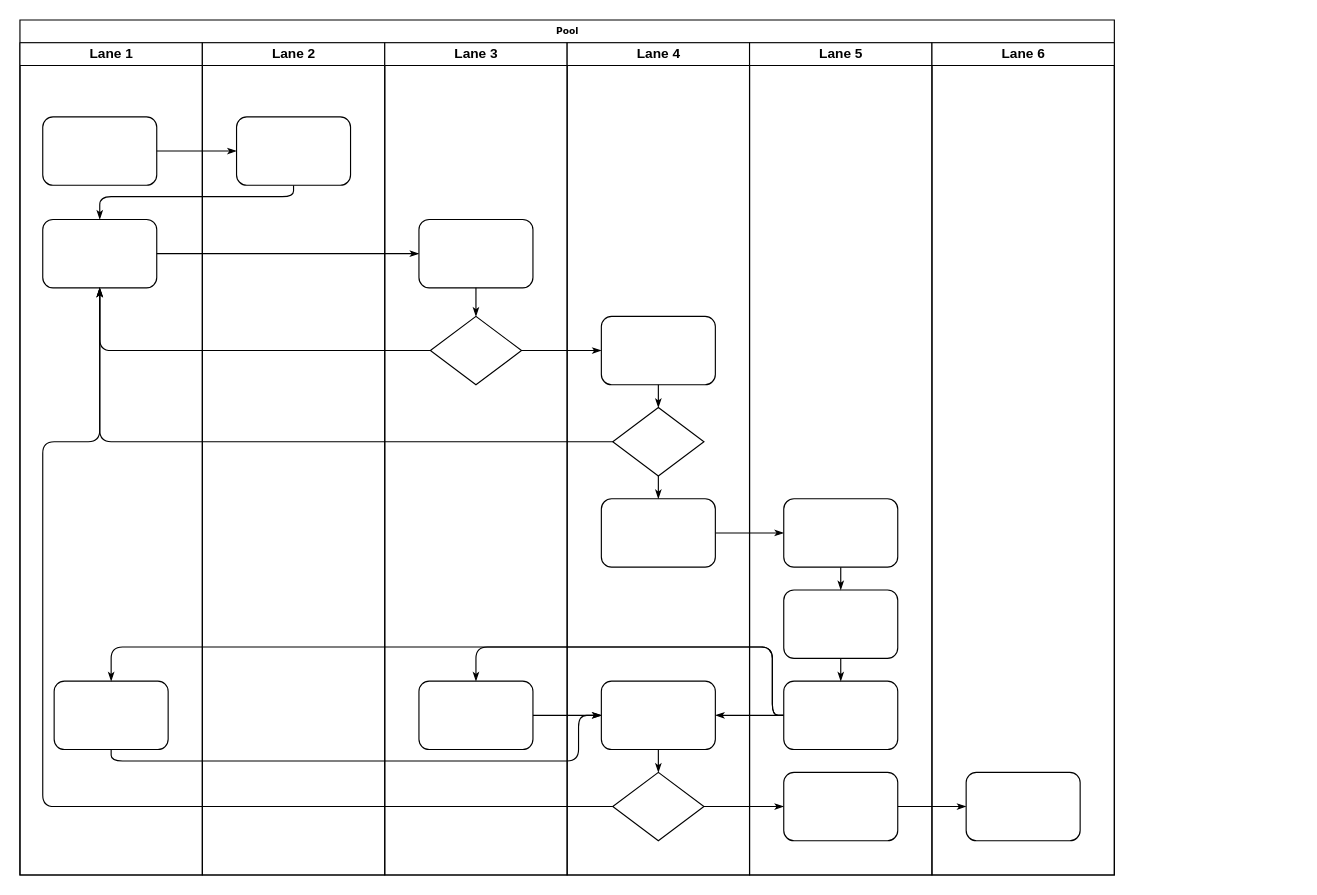
Before: images/runtime.drawio in babytech/gtemp, a draw.io diagram. Source tidied: cells renumbered, new cells numbered last; positions are measured from the earlier drawing's top-left corner, leaving out a move shared by most shapes. Both pictures are drawn from the tidied source at 114%, with x=0, y=0 at pixel (19, 19).
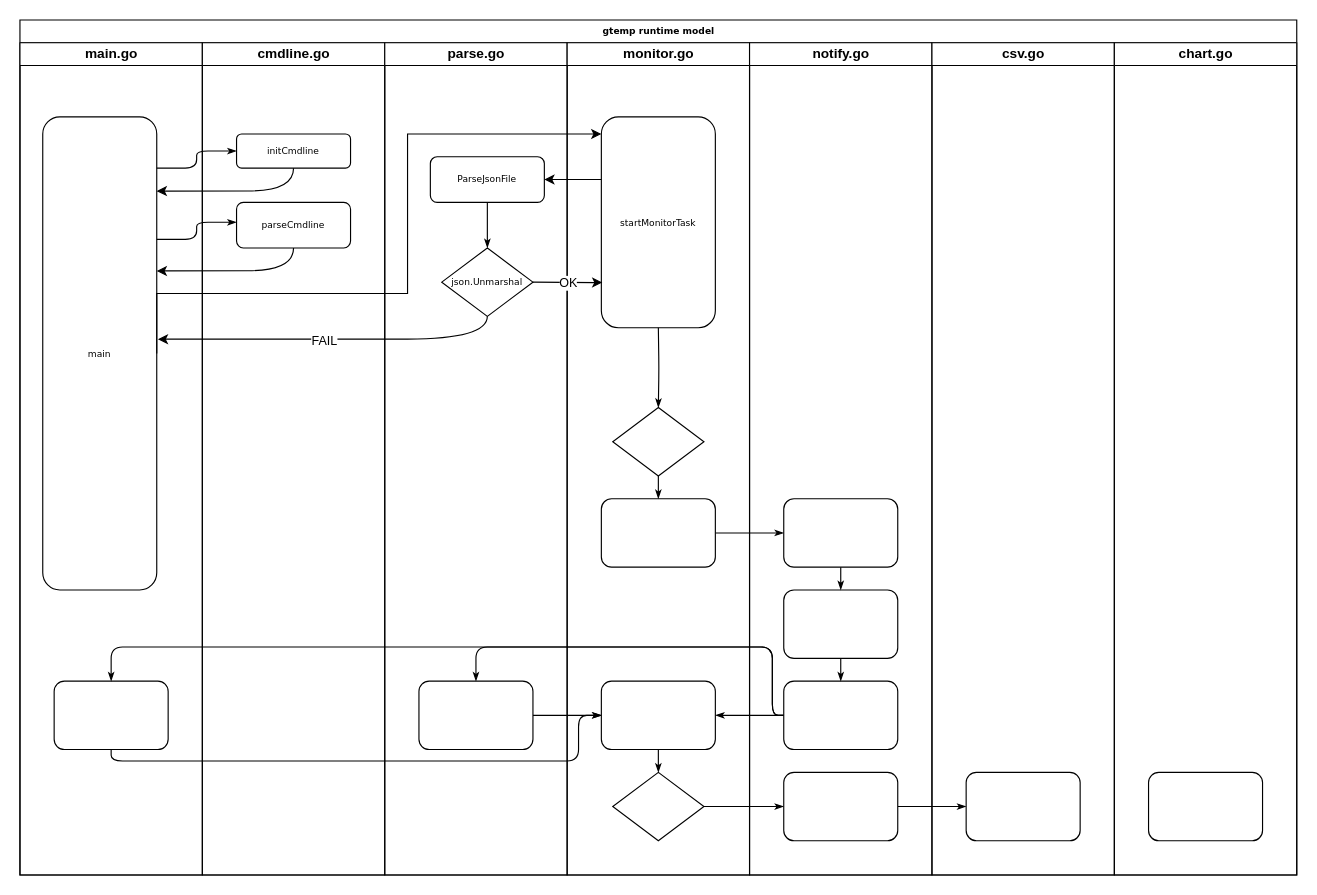
After the change.

Unchanged cells that the change refers to:
```xml
<mxCell id="31" style="rhombus;whiteSpace=wrap;html=1;rounded=0;shadow=0;labelBackgroundColor=none;strokeWidth=1;fontFamily=Verdana;fontSize=8;align=center;" parent="29" vertex="1">
  <mxGeometry x="40" y="320" width="80" height="60" as="geometry" />
</mxCell>
<mxCell id="34" style="rhombus;whiteSpace=wrap;html=1;rounded=0;shadow=0;labelBackgroundColor=none;strokeWidth=1;fontFamily=Verdana;fontSize=8;align=center;" parent="29" vertex="1">
  <mxGeometry x="40" y="640" width="80" height="60" as="geometry" />
</mxCell>
```

Diff of the diagram source:
```diff
@@
-    <mxCell id="2" value="Pool" style="swimlane;html=1;startSize=20;rounded=0;shadow=0;labelBackgroundColor=none;strokeWidth=1;fontFamily=Verdana;fontSize=8;align=center;" parent="1" vertex="1">
-      <mxGeometry width="960" height="750" as="geometry" />
+    <mxCell id="2" value="gtemp runtime model" style="swimlane;html=1;startSize=20;rounded=0;shadow=0;labelBackgroundColor=none;strokeWidth=1;fontFamily=Verdana;fontSize=8;align=center;" parent="1" vertex="1">
+      <mxGeometry width="1120" height="750" as="geometry" />
     </mxCell>
-    <mxCell id="3" value="Lane 1" style="swimlane;html=1;startSize=20;" parent="2" vertex="1">
+    <mxCell id="3" value="main.go" style="swimlane;html=1;startSize=20;" parent="2" vertex="1">
       <mxGeometry y="20" width="160" height="730" as="geometry" />
     </mxCell>
-    <mxCell id="4" style="rounded=1;whiteSpace=wrap;html=1;shadow=0;labelBackgroundColor=none;strokeWidth=1;fontFamily=Verdana;fontSize=8;align=center;" parent="3" vertex="1">
-      <mxGeometry x="20" y="65" width="100" height="60" as="geometry" />
+    <mxCell id="4" value="main" style="rounded=1;whiteSpace=wrap;html=1;shadow=0;labelBackgroundColor=none;strokeWidth=1;fontFamily=Verdana;fontSize=8;align=center;" parent="3" vertex="1">
+      <mxGeometry x="20" y="65" width="100" height="415" as="geometry" />
     </mxCell>
-    <mxCell id="5" style="rounded=1;whiteSpace=wrap;html=1;shadow=0;labelBackgroundColor=none;strokeWidth=1;fontFamily=Verdana;fontSize=8;align=center;" parent="3" vertex="1">
-      <mxGeometry x="20" y="155" width="100" height="60" as="geometry" />
-    </mxCell>
@@
     <mxCell id="7" style="edgeStyle=orthogonalEdgeStyle;rounded=1;html=1;labelBackgroundColor=none;startArrow=none;startFill=0;startSize=5;endArrow=classicThin;endFill=1;endSize=5;jettySize=auto;strokeWidth=1;fontFamily=Verdana;fontSize=8;" parent="2" edge="1" source="4" target="23">
-      <mxGeometry relative="1" as="geometry" />
+      <mxGeometry relative="1" as="geometry">
+        <Array as="points">
+          <mxPoint x="155" y="130" />
+          <mxPoint x="155" y="115" />
+        </Array>
+      </mxGeometry>
     </mxCell>
-    <mxCell id="8" style="edgeStyle=orthogonalEdgeStyle;rounded=1;html=1;labelBackgroundColor=none;startArrow=none;startFill=0;startSize=5;endArrow=classicThin;endFill=1;endSize=5;jettySize=auto;strokeWidth=1;fontFamily=Verdana;fontSize=8;" parent="2" edge="1" source="23" target="5">
-      <mxGeometry relative="1" as="geometry">
-        <Array as="points">
-          <mxPoint x="240" y="155" />
-          <mxPoint x="70" y="155" />
-        </Array>
-      </mxGeometry>
-    </mxCell>
-    <mxCell id="9" style="edgeStyle=orthogonalEdgeStyle;rounded=1;html=1;labelBackgroundColor=none;startArrow=none;startFill=0;startSize=5;endArrow=classicThin;endFill=1;endSize=5;jettySize=auto;strokeWidth=1;fontFamily=Verdana;fontSize=8;" parent="2" edge="1" source="5" target="25">
-      <mxGeometry relative="1" as="geometry" />
-    </mxCell>
-    <mxCell id="10" style="edgeStyle=orthogonalEdgeStyle;rounded=1;html=1;labelBackgroundColor=none;startArrow=none;startFill=0;startSize=5;endArrow=classicThin;endFill=1;endSize=5;jettySize=auto;strokeWidth=1;fontFamily=Verdana;fontSize=8;" parent="2" edge="1" source="26" target="5">
-      <mxGeometry relative="1" as="geometry" />
-    </mxCell>
-    <mxCell id="11" style="edgeStyle=orthogonalEdgeStyle;rounded=1;html=1;labelBackgroundColor=none;startArrow=none;startFill=0;startSize=5;endArrow=classicThin;endFill=1;endSize=5;jettySize=auto;strokeWidth=1;fontFamily=Verdana;fontSize=8;" parent="2" edge="1" source="31" target="5">
-      <mxGeometry relative="1" as="geometry" />
-    </mxCell>
-    <mxCell id="12" style="edgeStyle=orthogonalEdgeStyle;rounded=1;html=1;labelBackgroundColor=none;startArrow=none;startFill=0;startSize=5;endArrow=classicThin;endFill=1;endSize=5;jettySize=auto;strokeWidth=1;fontFamily=Verdana;fontSize=8;" parent="2" edge="1" source="34" target="5">
-      <mxGeometry relative="1" as="geometry">
-        <Array as="points">
-          <mxPoint x="20" y="690" />
-          <mxPoint x="20" y="370" />
-          <mxPoint x="70" y="370" />
-        </Array>
-      </mxGeometry>
-    </mxCell>
-    <mxCell id="13" style="edgeStyle=orthogonalEdgeStyle;rounded=1;html=1;labelBackgroundColor=none;startArrow=none;startFill=0;startSize=5;endArrow=classicThin;endFill=1;endSize=5;jettySize=auto;strokeWidth=1;fontFamily=Verdana;fontSize=8;" parent="2" edge="1" source="26" target="30">
-      <mxGeometry relative="1" as="geometry" />
-    </mxCell>
@@
-    <mxCell id="22" value="Lane 2" style="swimlane;html=1;startSize=20;" parent="2" vertex="1">
+    <mxCell id="22" value="cmdline.go" style="swimlane;html=1;startSize=20;" parent="2" vertex="1">
       <mxGeometry x="160" y="20" width="160" height="730" as="geometry" />
     </mxCell>
-    <mxCell id="23" style="rounded=1;whiteSpace=wrap;html=1;shadow=0;labelBackgroundColor=none;strokeWidth=1;fontFamily=Verdana;fontSize=8;align=center;" parent="22" vertex="1">
-      <mxGeometry x="30" y="65" width="100" height="60" as="geometry" />
+    <mxCell id="23" value="initCmdline" style="rounded=1;whiteSpace=wrap;html=1;shadow=0;labelBackgroundColor=none;strokeWidth=1;fontFamily=Verdana;fontSize=8;align=center;" parent="22" vertex="1">
+      <mxGeometry x="30" y="80" width="100" height="30" as="geometry" />
     </mxCell>
+    <mxCell id="5" value="parseCmdline" style="rounded=1;whiteSpace=wrap;html=1;shadow=0;labelBackgroundColor=none;strokeWidth=1;fontFamily=Verdana;fontSize=8;align=center;" parent="22" vertex="1">
+      <mxGeometry x="30" y="140" width="100" height="40" as="geometry" />
+    </mxCell>
+    <mxCell id="47" style="curved=1;endArrow=classic;html=1;exitX=0.5;exitY=1;exitDx=0;exitDy=0;entryX=1;entryY=0.157;entryDx=0;entryDy=0;entryPerimeter=0;" parent="22" edge="1">
+      <mxGeometry relative="1" as="geometry">
+        <mxPoint x="80" y="180" as="sourcePoint" />
+        <mxPoint x="-40" y="200.2" as="targetPoint" />
+        <Array as="points">
+          <mxPoint x="80" y="200" />
+          <mxPoint y="200" />
+        </Array>
+      </mxGeometry>
+    </mxCell>
-    <mxCell id="24" value="Lane 3" style="swimlane;html=1;startSize=20;" parent="2" vertex="1">
+    <mxCell id="24" value="parse.go" style="swimlane;html=1;startSize=20;" parent="2" vertex="1">
       <mxGeometry x="320" y="20" width="160" height="730" as="geometry" />
     </mxCell>
-    <mxCell id="25" style="rounded=1;whiteSpace=wrap;html=1;shadow=0;labelBackgroundColor=none;strokeWidth=1;fontFamily=Verdana;fontSize=8;align=center;" parent="24" vertex="1">
-      <mxGeometry x="30" y="155" width="100" height="60" as="geometry" />
+    <mxCell id="25" value="ParseJsonFile" style="rounded=1;whiteSpace=wrap;html=1;shadow=0;labelBackgroundColor=none;strokeWidth=1;fontFamily=Verdana;fontSize=8;align=center;" parent="24" vertex="1">
+      <mxGeometry x="40" y="100" width="100" height="40" as="geometry" />
     </mxCell>
-    <mxCell id="26" style="rhombus;whiteSpace=wrap;html=1;rounded=0;shadow=0;labelBackgroundColor=none;strokeWidth=1;fontFamily=Verdana;fontSize=8;align=center;" parent="24" vertex="1">
-      <mxGeometry x="40" y="240" width="80" height="60" as="geometry" />
+    <mxCell id="26" value="json.Unmarshal" style="rhombus;whiteSpace=wrap;html=1;rounded=0;shadow=0;labelBackgroundColor=none;strokeWidth=1;fontFamily=Verdana;fontSize=8;align=center;" parent="24" vertex="1">
+      <mxGeometry x="50" y="180" width="80" height="60" as="geometry" />
     </mxCell>
@@
-    <mxCell id="29" value="Lane 4" style="swimlane;html=1;startSize=20;" parent="2" vertex="1">
+    <mxCell id="29" value="monitor.go" style="swimlane;html=1;startSize=20;" parent="2" vertex="1">
       <mxGeometry x="480" y="20" width="160" height="730" as="geometry" />
     </mxCell>
-    <mxCell id="30" style="rounded=1;whiteSpace=wrap;html=1;shadow=0;labelBackgroundColor=none;strokeWidth=1;fontFamily=Verdana;fontSize=8;align=center;" parent="29" vertex="1">
-      <mxGeometry x="30" y="240" width="100" height="60" as="geometry" />
+    <mxCell id="30" value="startMonitorTask" style="rounded=1;whiteSpace=wrap;html=1;shadow=0;labelBackgroundColor=none;strokeWidth=1;fontFamily=Verdana;fontSize=8;align=center;" parent="29" vertex="1">
+      <mxGeometry x="30" y="65" width="100" height="185" as="geometry" />
     </mxCell>
@@
-    <mxCell id="35" style="edgeStyle=orthogonalEdgeStyle;rounded=1;html=1;labelBackgroundColor=none;startArrow=none;startFill=0;startSize=5;endArrow=classicThin;endFill=1;endSize=5;jettySize=auto;strokeColor=#000000;strokeWidth=1;fontFamily=Verdana;fontSize=8;fontColor=#000000;" parent="29" edge="1" source="30" target="31">
-      <mxGeometry relative="1" as="geometry" />
+    <mxCell id="35" style="edgeStyle=orthogonalEdgeStyle;rounded=1;html=1;labelBackgroundColor=none;startArrow=none;startFill=0;startSize=5;endArrow=classicThin;endFill=1;endSize=5;jettySize=auto;strokeColor=#000000;strokeWidth=1;fontFamily=Verdana;fontSize=8;fontColor=#000000;" parent="29" edge="1" target="31">
+      <mxGeometry relative="1" as="geometry">
+        <mxPoint x="80" y="250" as="sourcePoint" />
+      </mxGeometry>
     </mxCell>
@@
+    <mxCell id="48" style="endArrow=classic;html=1;" parent="29" edge="1">
+      <mxGeometry relative="1" as="geometry">
+        <mxPoint x="30" y="120" as="sourcePoint" />
+        <mxPoint x="-20" y="120" as="targetPoint" />
+      </mxGeometry>
+    </mxCell>
+    <mxCell id="49" style="endArrow=classic;html=1;entryX=0.008;entryY=0.786;entryDx=0;entryDy=0;entryPerimeter=0;" parent="29" edge="1" target="30">
+      <mxGeometry relative="1" as="geometry">
+        <mxPoint x="-30" y="210" as="sourcePoint" />
+      </mxGeometry>
+    </mxCell>
+    <mxCell id="50" value="OK" style="edgeLabel;html=1;align=center;verticalAlign=middle;" parent="49" vertex="1">
+      <mxGeometry x="0.45" y="1" relative="1" as="geometry">
+        <mxPoint x="-14" y="1" as="offset" />
+      </mxGeometry>
+    </mxCell>
-    <mxCell id="38" value="Lane 5" style="swimlane;html=1;startSize=20;" parent="2" vertex="1">
+    <mxCell id="38" value="notify.go" style="swimlane;html=1;startSize=20;" parent="2" vertex="1">
       <mxGeometry x="640" y="20" width="160" height="730" as="geometry" />
     </mxCell>
@@
-    <mxCell id="45" value="Lane 6" style="swimlane;html=1;startSize=20;" parent="2" vertex="1">
+    <mxCell id="45" value="csv.go" style="swimlane;html=1;startSize=20;" parent="2" vertex="1">
       <mxGeometry x="800" y="20" width="160" height="730" as="geometry" />
     </mxCell>
@@
+    <mxCell id="51" value="chart.go" style="swimlane;html=1;startSize=20;" parent="2" vertex="1">
+      <mxGeometry x="960" y="20" width="160" height="730" as="geometry" />
+    </mxCell>
+    <mxCell id="52" style="rounded=1;whiteSpace=wrap;html=1;shadow=0;labelBackgroundColor=none;strokeWidth=1;fontFamily=Verdana;fontSize=8;align=center;" parent="51" vertex="1">
+      <mxGeometry x="30" y="640" width="100" height="60" as="geometry" />
+    </mxCell>
+    <mxCell id="53" style="curved=1;endArrow=classic;html=1;exitX=0.5;exitY=1;exitDx=0;exitDy=0;entryX=1;entryY=0.157;entryDx=0;entryDy=0;entryPerimeter=0;" parent="2" edge="1" source="23" target="4">
+      <mxGeometry relative="1" as="geometry">
+        <Array as="points">
+          <mxPoint x="240" y="150" />
+          <mxPoint x="160" y="150" />
+        </Array>
+      </mxGeometry>
+    </mxCell>
+    <mxCell id="54" style="edgeStyle=orthogonalEdgeStyle;rounded=0;jettySize=auto;html=1;exitX=1;exitY=0.5;exitDx=0;exitDy=0;" parent="2" edge="1" source="4" target="30">
+      <mxGeometry relative="1" as="geometry">
+        <Array as="points">
+          <mxPoint x="120" y="240" />
+          <mxPoint x="340" y="240" />
+          <mxPoint x="340" y="100" />
+        </Array>
+      </mxGeometry>
+    </mxCell>
+    <mxCell id="55" style="curved=1;endArrow=classic;html=1;exitX=0.5;exitY=1;exitDx=0;exitDy=0;" parent="2" edge="1" source="26">
+      <mxGeometry relative="1" as="geometry">
+        <mxPoint x="121" y="280" as="targetPoint" />
+        <Array as="points">
+          <mxPoint x="410" y="280" />
+          <mxPoint x="270" y="280" />
+        </Array>
+      </mxGeometry>
+    </mxCell>
+    <mxCell id="56" value="FAIL" style="edgeLabel;html=1;align=center;verticalAlign=middle;" parent="55" vertex="1">
+      <mxGeometry x="0.06" y="1" relative="1" as="geometry" />
+    </mxCell>
+    <mxCell id="57" style="edgeStyle=orthogonalEdgeStyle;rounded=0;jettySize=auto;html=1;exitX=0.75;exitY=0;exitDx=0;exitDy=0;" parent="1" edge="1" source="5">
+      <mxGeometry relative="1" as="geometry">
+        <mxPoint x="265" y="160" as="targetPoint" />
+      </mxGeometry>
+    </mxCell>
+    <mxCell id="58" style="edgeStyle=orthogonalEdgeStyle;rounded=1;html=1;labelBackgroundColor=none;startArrow=none;startFill=0;startSize=5;endArrow=classicThin;endFill=1;endSize=5;jettySize=auto;orthogonalLoop=1;strokeWidth=1;fontFamily=Verdana;fontSize=8;" parent="1" edge="1">
+      <mxGeometry relative="1" as="geometry">
+        <mxPoint x="120" y="192.5" as="sourcePoint" />
+        <mxPoint x="190" y="177.5" as="targetPoint" />
+        <Array as="points">
+          <mxPoint x="155" y="192.5" />
+          <mxPoint x="155" y="177.5" />
+        </Array>
+      </mxGeometry>
+    </mxCell>
```
